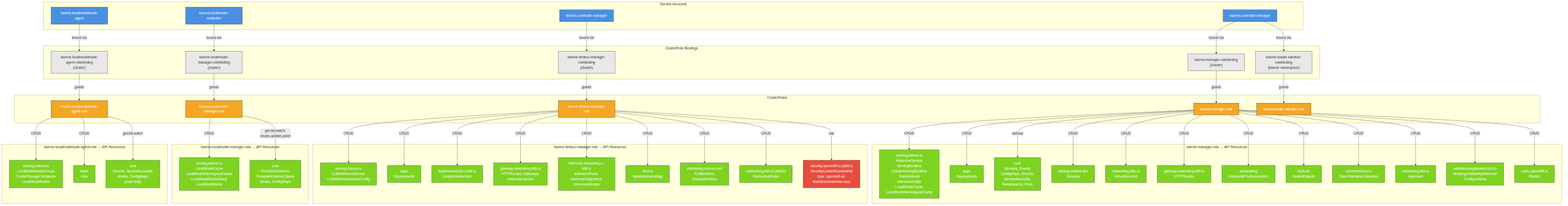
rhuss/architecture-context keeps this Mermaid diagram as architecture/rhoai.next/diagrams/kserve-rbac.png. Above is the earlier version. Its source is kept beside it as architecture/rhoai.next/diagrams/kserve-rbac.mmd. Source of this version:
```mermaid
graph TD
    subgraph ServiceAccounts["Service Accounts"]
        SA_KServe["kserve-controller-manager"]
        SA_LLMISVC["llmisvc-controller-manager"]
        SA_LocalModel["kserve-localmodel-controller"]
        SA_LocalModelNode["kserve-localmodelnode-agent"]
    end

    subgraph ClusterRoleBindings["ClusterRole Bindings"]
        CRB_KServe["kserve-manager-rolebinding<br/>(cluster)"]
        CRB_LLMISVC["kserve-llmisvc-manager-rolebinding<br/>(cluster)"]
        CRB_LocalModel["kserve-localmodel-manager-rolebinding<br/>(cluster)"]
        CRB_LocalModelNode["kserve-localmodelnode-agent-rolebinding<br/>(cluster)"]
        RB_LeaderElection["kserve-leader-election-rolebinding<br/>(kserve namespace)"]
    end

    subgraph ClusterRoles["ClusterRoles"]
        CR_KServe["kserve-manager-role"]
        CR_LLMISVC["kserve-llmisvc-manager-role"]
        CR_LocalModel["kserve-localmodel-manager-role"]
        CR_LocalModelNode["kserve-localmodelnode-agent-role"]
        CR_LeaderElection["kserve-leader-election-role"]
    end

    SA_KServe -->|"bound via"| CRB_KServe
    CRB_KServe -->|"grants"| CR_KServe
    SA_KServe -->|"bound via"| RB_LeaderElection
    RB_LeaderElection -->|"grants"| CR_LeaderElection

    SA_LLMISVC -->|"bound via"| CRB_LLMISVC
    CRB_LLMISVC -->|"grants"| CR_LLMISVC

    SA_LocalModel -->|"bound via"| CRB_LocalModel
    CRB_LocalModel -->|"grants"| CR_LocalModel

    SA_LocalModelNode -->|"bound via"| CRB_LocalModelNode
    CRB_LocalModelNode -->|"grants"| CR_LocalModelNode

    subgraph KServeResources["kserve-manager-role → API Resources"]
        KR_ISVC["serving.kserve.io<br/>InferenceService<br/>ServingRuntime<br/>ClusterServingRuntime<br/>TrainedModel<br/>InferenceGraph<br/>LocalModelCache<br/>LocalModelNamespaceCache"]
        KR_Apps["apps<br/>Deployments"]
        KR_Core["core<br/>Services, Events,<br/>ConfigMaps, Secrets,<br/>ServiceAccounts,<br/>Namespaces, Pods"]
        KR_Knative["serving.knative.dev<br/>Services"]
        KR_Istio["networking.istio.io<br/>VirtualServices"]
        KR_Gateway["gateway.networking.k8s.io<br/>HTTPRoutes"]
        KR_Autoscaling["autoscaling<br/>HorizontalPodAutoscalers"]
        KR_KEDA["keda.sh<br/>ScaledObjects"]
        KR_OTel["opentelemetry.io<br/>OpenTelemetryCollectors"]
        KR_Ingress["networking.k8s.io<br/>Ingresses"]
        KR_Admission["admissionregistration.k8s.io<br/>Mutating/ValidatingWebhook<br/>Configurations"]
        KR_Route["route.openshift.io<br/>Routes"]
    end

    CR_KServe -->|"CRUD"| KR_ISVC
    CR_KServe -->|"CRUD"| KR_Apps
    CR_KServe -->|"various"| KR_Core
    CR_KServe -->|"CRUD"| KR_Knative
    CR_KServe -->|"CRUD"| KR_Istio
    CR_KServe -->|"CRUD"| KR_Gateway
    CR_KServe -->|"CRUD"| KR_Autoscaling
    CR_KServe -->|"CRUD"| KR_KEDA
    CR_KServe -->|"CRUD"| KR_OTel
    CR_KServe -->|"CRUD"| KR_Ingress
    CR_KServe -->|"CRUD"| KR_Admission
    CR_KServe -->|"CRUD"| KR_Route

    subgraph LLMISVCResources["kserve-llmisvc-manager-role → API Resources"]
        LR_LLMISVC["serving.kserve.io<br/>LLMInferenceService<br/>LLMInferenceServiceConfig"]
        LR_Apps["apps<br/>Deployments"]
        LR_LWS["leaderworkerset.x-k8s.io<br/>LeaderWorkerSets"]
        LR_Gateway["gateway.networking.k8s.io<br/>HTTPRoutes, Gateways,<br/>GatewayClasses"]
        LR_InfPool["inference.networking.x-k8s.io<br/>InferencePools,<br/>InferenceObjectives,<br/>InferenceModels"]
        LR_WVA["llmd.ai<br/>VariantAutoscalings"]
        LR_Monitor["monitoring.coreos.com<br/>PodMonitors,<br/>ServiceMonitors"]
        LR_Istio["networking.istio.io (distro)<br/>DestinationRules"]
        LR_SCC["security.openshift.io (distro)<br/>SecurityContextConstraints<br/>(use: openshift-ai-llminferenceservice-scc)"]
    end

    CR_LLMISVC -->|"CRUD"| LR_LLMISVC
    CR_LLMISVC -->|"CRUD"| LR_Apps
    CR_LLMISVC -->|"CRUD"| LR_LWS
    CR_LLMISVC -->|"CRUD"| LR_Gateway
    CR_LLMISVC -->|"CRUD"| LR_InfPool
    CR_LLMISVC -->|"CRUD"| LR_WVA
    CR_LLMISVC -->|"CRUD"| LR_Monitor
    CR_LLMISVC -->|"CRUD"| LR_Istio
    CR_LLMISVC -->|"use"| LR_SCC

    subgraph LocalModelResources["kserve-localmodel-manager-role → API Resources"]
        LMR_KServe["serving.kserve.io<br/>LocalModelCache<br/>LocalModelNamespaceCache<br/>LocalModelNodeGroup<br/>LocalModelNode"]
        LMR_Core["core<br/>PersistentVolumes<br/>PersistentVolumeClaims<br/>Nodes, ConfigMaps"]
    end

    CR_LocalModel -->|"CRUD"| LMR_KServe
    CR_LocalModel -->|"get,list,watch,<br/>create,update,patch"| LMR_Core

    subgraph LocalModelNodeResources["kserve-localmodelnode-agent-role → API Resources"]
        LMNR_KServe["serving.kserve.io<br/>LocalModelNodeGroups<br/>ClusterStorageContainers<br/>LocalModelNodes"]
        LMNR_Batch["batch<br/>Jobs"]
        LMNR_Core["core<br/>Secrets, ServiceAccounts,<br/>Nodes, ConfigMaps<br/>(read-only)"]
    end

    CR_LocalModelNode -->|"CRUD"| LMNR_KServe
    CR_LocalModelNode -->|"CRUD"| LMNR_Batch
    CR_LocalModelNode -->|"get,list,watch"| LMNR_Core

    style SA_KServe fill:#4a90e2,stroke:#333,color:#fff
    style SA_LLMISVC fill:#4a90e2,stroke:#333,color:#fff
    style SA_LocalModel fill:#4a90e2,stroke:#333,color:#fff
    style SA_LocalModelNode fill:#4a90e2,stroke:#333,color:#fff

    style CRB_KServe fill:#e8e8e8,stroke:#333
    style CRB_LLMISVC fill:#e8e8e8,stroke:#333
    style CRB_LocalModel fill:#e8e8e8,stroke:#333
    style CRB_LocalModelNode fill:#e8e8e8,stroke:#333
    style RB_LeaderElection fill:#e8e8e8,stroke:#333

    style CR_KServe fill:#f5a623,stroke:#333,color:#fff
    style CR_LLMISVC fill:#f5a623,stroke:#333,color:#fff
    style CR_LocalModel fill:#f5a623,stroke:#333,color:#fff
    style CR_LocalModelNode fill:#f5a623,stroke:#333,color:#fff
    style CR_LeaderElection fill:#f5a623,stroke:#333,color:#fff

    style KR_ISVC fill:#7ed321,stroke:#333,color:#fff
    style KR_Apps fill:#7ed321,stroke:#333,color:#fff
    style KR_Core fill:#7ed321,stroke:#333,color:#fff
    style KR_Knative fill:#7ed321,stroke:#333,color:#fff
    style KR_Istio fill:#7ed321,stroke:#333,color:#fff
    style KR_Gateway fill:#7ed321,stroke:#333,color:#fff
    style KR_Autoscaling fill:#7ed321,stroke:#333,color:#fff
    style KR_KEDA fill:#7ed321,stroke:#333,color:#fff
    style KR_OTel fill:#7ed321,stroke:#333,color:#fff
    style KR_Ingress fill:#7ed321,stroke:#333,color:#fff
    style KR_Admission fill:#7ed321,stroke:#333,color:#fff
    style KR_Route fill:#7ed321,stroke:#333,color:#fff

    style LR_LLMISVC fill:#7ed321,stroke:#333,color:#fff
    style LR_Apps fill:#7ed321,stroke:#333,color:#fff
    style LR_LWS fill:#7ed321,stroke:#333,color:#fff
    style LR_Gateway fill:#7ed321,stroke:#333,color:#fff
    style LR_InfPool fill:#7ed321,stroke:#333,color:#fff
    style LR_WVA fill:#7ed321,stroke:#333,color:#fff
    style LR_Monitor fill:#7ed321,stroke:#333,color:#fff
    style LR_Istio fill:#7ed321,stroke:#333,color:#fff
    style LR_SCC fill:#e74c3c,stroke:#333,color:#fff

    style LMR_KServe fill:#7ed321,stroke:#333,color:#fff
    style LMR_Core fill:#7ed321,stroke:#333,color:#fff

    style LMNR_KServe fill:#7ed321,stroke:#333,color:#fff
    style LMNR_Batch fill:#7ed321,stroke:#333,color:#fff
    style LMNR_Core fill:#7ed321,stroke:#333,color:#fff
```
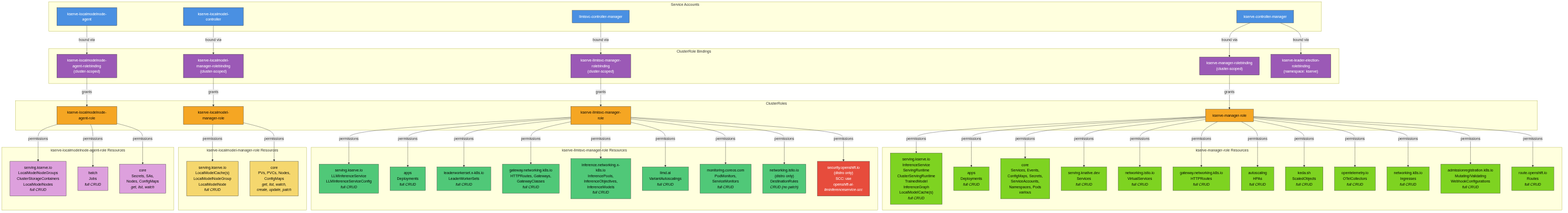
After the commit.

The edit, as a diff of the source:
```diff
@@ -7,11 +7,11 @@
     end
 
     subgraph ClusterRoleBindings["ClusterRole Bindings"]
-        CRB_KServe["kserve-manager-rolebinding<br/>(cluster)"]
-        CRB_LLMISVC["kserve-llmisvc-manager-rolebinding<br/>(cluster)"]
-        CRB_LocalModel["kserve-localmodel-manager-rolebinding<br/>(cluster)"]
-        CRB_LocalModelNode["kserve-localmodelnode-agent-rolebinding<br/>(cluster)"]
-        RB_LeaderElection["kserve-leader-election-rolebinding<br/>(kserve namespace)"]
+        CRB_KServe["kserve-manager-rolebinding<br/>(cluster-scoped)"]
+        CRB_LLMISVC["kserve-llmisvc-manager-rolebinding<br/>(cluster-scoped)"]
+        CRB_LocalModel["kserve-localmodel-manager-rolebinding<br/>(cluster-scoped)"]
+        CRB_LocalModelNode["kserve-localmodelnode-agent-rolebinding<br/>(cluster-scoped)"]
+        CRB_Leader["kserve-leader-election-rolebinding<br/>(namespace: kserve)"]
     end
 
     subgraph ClusterRoles["ClusterRoles"]
@@ -19,134 +19,131 @@
         CR_LLMISVC["kserve-llmisvc-manager-role"]
         CR_LocalModel["kserve-localmodel-manager-role"]
         CR_LocalModelNode["kserve-localmodelnode-agent-role"]
-        CR_LeaderElection["kserve-leader-election-role"]
     end
 
-    SA_KServe -->|"bound via"| CRB_KServe
-    CRB_KServe -->|"grants"| CR_KServe
-    SA_KServe -->|"bound via"| RB_LeaderElection
-    RB_LeaderElection -->|"grants"| CR_LeaderElection
-
-    SA_LLMISVC -->|"bound via"| CRB_LLMISVC
-    CRB_LLMISVC -->|"grants"| CR_LLMISVC
-
-    SA_LocalModel -->|"bound via"| CRB_LocalModel
-    CRB_LocalModel -->|"grants"| CR_LocalModel
-
-    SA_LocalModelNode -->|"bound via"| CRB_LocalModelNode
-    CRB_LocalModelNode -->|"grants"| CR_LocalModelNode
-
-    subgraph KServeResources["kserve-manager-role → API Resources"]
-        KR_ISVC["serving.kserve.io<br/>InferenceService<br/>ServingRuntime<br/>ClusterServingRuntime<br/>TrainedModel<br/>InferenceGraph<br/>LocalModelCache<br/>LocalModelNamespaceCache"]
-        KR_Apps["apps<br/>Deployments"]
-        KR_Core["core<br/>Services, Events,<br/>ConfigMaps, Secrets,<br/>ServiceAccounts,<br/>Namespaces, Pods"]
-        KR_Knative["serving.knative.dev<br/>Services"]
-        KR_Istio["networking.istio.io<br/>VirtualServices"]
-        KR_Gateway["gateway.networking.k8s.io<br/>HTTPRoutes"]
-        KR_Autoscaling["autoscaling<br/>HorizontalPodAutoscalers"]
-        KR_KEDA["keda.sh<br/>ScaledObjects"]
-        KR_OTel["opentelemetry.io<br/>OpenTelemetryCollectors"]
-        KR_Ingress["networking.k8s.io<br/>Ingresses"]
-        KR_Admission["admissionregistration.k8s.io<br/>Mutating/ValidatingWebhook<br/>Configurations"]
-        KR_Route["route.openshift.io<br/>Routes"]
+    subgraph KServeResources["kserve-manager-role Resources"]
+        direction LR
+        KR_ISVC["serving.kserve.io<br/>InferenceService<br/>ServingRuntime<br/>ClusterServingRuntime<br/>TrainedModel<br/>InferenceGraph<br/>LocalModelCache(s)<br/><i>full CRUD</i>"]
+        KR_Apps["apps<br/>Deployments<br/><i>full CRUD</i>"]
+        KR_Core["core<br/>Services, Events,<br/>ConfigMaps, Secrets,<br/>ServiceAccounts,<br/>Namespaces, Pods<br/><i>various</i>"]
+        KR_Knative["serving.knative.dev<br/>Services<br/><i>full CRUD</i>"]
+        KR_Istio["networking.istio.io<br/>VirtualServices<br/><i>full CRUD</i>"]
+        KR_Gateway["gateway.networking.k8s.io<br/>HTTPRoutes<br/><i>full CRUD</i>"]
+        KR_Autoscaling["autoscaling<br/>HPAs<br/><i>full CRUD</i>"]
+        KR_KEDA["keda.sh<br/>ScaledObjects<br/><i>full CRUD</i>"]
+        KR_OTel["opentelemetry.io<br/>OTelCollectors<br/><i>full CRUD</i>"]
+        KR_Ingress["networking.k8s.io<br/>Ingresses<br/><i>full CRUD</i>"]
+        KR_Admission["admissionregistration.k8s.io<br/>Mutating/Validating<br/>WebhookConfigurations<br/><i>full CRUD</i>"]
+        KR_Route["route.openshift.io<br/>Routes<br/><i>full CRUD</i>"]
     end
 
-    CR_KServe -->|"CRUD"| KR_ISVC
-    CR_KServe -->|"CRUD"| KR_Apps
-    CR_KServe -->|"various"| KR_Core
-    CR_KServe -->|"CRUD"| KR_Knative
-    CR_KServe -->|"CRUD"| KR_Istio
-    CR_KServe -->|"CRUD"| KR_Gateway
-    CR_KServe -->|"CRUD"| KR_Autoscaling
-    CR_KServe -->|"CRUD"| KR_KEDA
-    CR_KServe -->|"CRUD"| KR_OTel
-    CR_KServe -->|"CRUD"| KR_Ingress
-    CR_KServe -->|"CRUD"| KR_Admission
-    CR_KServe -->|"CRUD"| KR_Route
-
-    subgraph LLMISVCResources["kserve-llmisvc-manager-role → API Resources"]
-        LR_LLMISVC["serving.kserve.io<br/>LLMInferenceService<br/>LLMInferenceServiceConfig"]
-        LR_Apps["apps<br/>Deployments"]
-        LR_LWS["leaderworkerset.x-k8s.io<br/>LeaderWorkerSets"]
-        LR_Gateway["gateway.networking.k8s.io<br/>HTTPRoutes, Gateways,<br/>GatewayClasses"]
-        LR_InfPool["inference.networking.x-k8s.io<br/>InferencePools,<br/>InferenceObjectives,<br/>InferenceModels"]
-        LR_WVA["llmd.ai<br/>VariantAutoscalings"]
-        LR_Monitor["monitoring.coreos.com<br/>PodMonitors,<br/>ServiceMonitors"]
-        LR_Istio["networking.istio.io (distro)<br/>DestinationRules"]
-        LR_SCC["security.openshift.io (distro)<br/>SecurityContextConstraints<br/>(use: openshift-ai-llminferenceservice-scc)"]
+    subgraph LLMISVCResources["kserve-llmisvc-manager-role Resources"]
+        direction LR
+        LR_LLMISVC["serving.kserve.io<br/>LLMInferenceService<br/>LLMInferenceServiceConfig<br/><i>full CRUD</i>"]
+        LR_Apps["apps<br/>Deployments<br/><i>full CRUD</i>"]
+        LR_LWS["leaderworkerset.x-k8s.io<br/>LeaderWorkerSets<br/><i>full CRUD</i>"]
+        LR_Gateway["gateway.networking.k8s.io<br/>HTTPRoutes, Gateways,<br/>GatewayClasses<br/><i>full CRUD</i>"]
+        LR_Inference["inference.networking.x-k8s.io<br/>InferencePools,<br/>InferenceObjectives,<br/>InferenceModels<br/><i>full CRUD</i>"]
+        LR_WVA["llmd.ai<br/>VariantAutoscalings<br/><i>full CRUD</i>"]
+        LR_Monitoring["monitoring.coreos.com<br/>PodMonitors,<br/>ServiceMonitors<br/><i>full CRUD</i>"]
+        LR_Istio["networking.istio.io<br/>(distro only)<br/>DestinationRules<br/><i>CRUD (no patch)</i>"]
+        LR_SCC["security.openshift.io<br/>(distro only)<br/>SCC: use<br/><i>openshift-ai-<br/>llminferenceservice-scc</i>"]
     end
 
-    CR_LLMISVC -->|"CRUD"| LR_LLMISVC
-    CR_LLMISVC -->|"CRUD"| LR_Apps
-    CR_LLMISVC -->|"CRUD"| LR_LWS
-    CR_LLMISVC -->|"CRUD"| LR_Gateway
-    CR_LLMISVC -->|"CRUD"| LR_InfPool
-    CR_LLMISVC -->|"CRUD"| LR_WVA
-    CR_LLMISVC -->|"CRUD"| LR_Monitor
-    CR_LLMISVC -->|"CRUD"| LR_Istio
-    CR_LLMISVC -->|"use"| LR_SCC
-
-    subgraph LocalModelResources["kserve-localmodel-manager-role → API Resources"]
-        LMR_KServe["serving.kserve.io<br/>LocalModelCache<br/>LocalModelNamespaceCache<br/>LocalModelNodeGroup<br/>LocalModelNode"]
-        LMR_Core["core<br/>PersistentVolumes<br/>PersistentVolumeClaims<br/>Nodes, ConfigMaps"]
+    subgraph LocalModelResources["kserve-localmodel-manager-role Resources"]
+        direction LR
+        LMR_KServe["serving.kserve.io<br/>LocalModelCache(s)<br/>LocalModelNodeGroup<br/>LocalModelNode<br/><i>full CRUD</i>"]
+        LMR_Core["core<br/>PVs, PVCs, Nodes,<br/>ConfigMaps<br/><i>get, list, watch,<br/>create, update, patch</i>"]
     end
 
-    CR_LocalModel -->|"CRUD"| LMR_KServe
-    CR_LocalModel -->|"get,list,watch,<br/>create,update,patch"| LMR_Core
-
-    subgraph LocalModelNodeResources["kserve-localmodelnode-agent-role → API Resources"]
-        LMNR_KServe["serving.kserve.io<br/>LocalModelNodeGroups<br/>ClusterStorageContainers<br/>LocalModelNodes"]
-        LMNR_Batch["batch<br/>Jobs"]
-        LMNR_Core["core<br/>Secrets, ServiceAccounts,<br/>Nodes, ConfigMaps<br/>(read-only)"]
+    subgraph LocalModelNodeResources["kserve-localmodelnode-agent-role Resources"]
+        direction LR
+        LMNR_KServe["serving.kserve.io<br/>LocalModelNodeGroups<br/>ClusterStorageContainers<br/>LocalModelNodes<br/><i>full CRUD</i>"]
+        LMNR_Batch["batch<br/>Jobs<br/><i>full CRUD</i>"]
+        LMNR_Core["core<br/>Secrets, SAs,<br/>Nodes, ConfigMaps<br/><i>get, list, watch</i>"]
     end
 
-    CR_LocalModelNode -->|"CRUD"| LMNR_KServe
-    CR_LocalModelNode -->|"CRUD"| LMNR_Batch
-    CR_LocalModelNode -->|"get,list,watch"| LMNR_Core
+    SA_KServe -->|bound via| CRB_KServe
+    SA_KServe -->|bound via| CRB_Leader
+    CRB_KServe -->|grants| CR_KServe
+    CR_KServe -->|permissions| KR_ISVC
+    CR_KServe -->|permissions| KR_Apps
+    CR_KServe -->|permissions| KR_Core
+    CR_KServe -->|permissions| KR_Knative
+    CR_KServe -->|permissions| KR_Istio
+    CR_KServe -->|permissions| KR_Gateway
+    CR_KServe -->|permissions| KR_Autoscaling
+    CR_KServe -->|permissions| KR_KEDA
+    CR_KServe -->|permissions| KR_OTel
+    CR_KServe -->|permissions| KR_Ingress
+    CR_KServe -->|permissions| KR_Admission
+    CR_KServe -->|permissions| KR_Route
+
+    SA_LLMISVC -->|bound via| CRB_LLMISVC
+    CRB_LLMISVC -->|grants| CR_LLMISVC
+    CR_LLMISVC -->|permissions| LR_LLMISVC
+    CR_LLMISVC -->|permissions| LR_Apps
+    CR_LLMISVC -->|permissions| LR_LWS
+    CR_LLMISVC -->|permissions| LR_Gateway
+    CR_LLMISVC -->|permissions| LR_Inference
+    CR_LLMISVC -->|permissions| LR_WVA
+    CR_LLMISVC -->|permissions| LR_Monitoring
+    CR_LLMISVC -->|permissions| LR_Istio
+    CR_LLMISVC -->|permissions| LR_SCC
+
+    SA_LocalModel -->|bound via| CRB_LocalModel
+    CRB_LocalModel -->|grants| CR_LocalModel
+    CR_LocalModel -->|permissions| LMR_KServe
+    CR_LocalModel -->|permissions| LMR_Core
+
+    SA_LocalModelNode -->|bound via| CRB_LocalModelNode
+    CRB_LocalModelNode -->|grants| CR_LocalModelNode
+    CR_LocalModelNode -->|permissions| LMNR_KServe
+    CR_LocalModelNode -->|permissions| LMNR_Batch
+    CR_LocalModelNode -->|permissions| LMNR_Core
 
     style SA_KServe fill:#4a90e2,stroke:#333,color:#fff
     style SA_LLMISVC fill:#4a90e2,stroke:#333,color:#fff
     style SA_LocalModel fill:#4a90e2,stroke:#333,color:#fff
     style SA_LocalModelNode fill:#4a90e2,stroke:#333,color:#fff
 
-    style CRB_KServe fill:#e8e8e8,stroke:#333
-    style CRB_LLMISVC fill:#e8e8e8,stroke:#333
-    style CRB_LocalModel fill:#e8e8e8,stroke:#333
-    style CRB_LocalModelNode fill:#e8e8e8,stroke:#333
-    style RB_LeaderElection fill:#e8e8e8,stroke:#333
+    style CRB_KServe fill:#9b59b6,stroke:#333,color:#fff
+    style CRB_LLMISVC fill:#9b59b6,stroke:#333,color:#fff
+    style CRB_LocalModel fill:#9b59b6,stroke:#333,color:#fff
+    style CRB_LocalModelNode fill:#9b59b6,stroke:#333,color:#fff
+    style CRB_Leader fill:#9b59b6,stroke:#333,color:#fff
 
-    style CR_KServe fill:#f5a623,stroke:#333,color:#fff
-    style CR_LLMISVC fill:#f5a623,stroke:#333,color:#fff
-    style CR_LocalModel fill:#f5a623,stroke:#333,color:#fff
-    style CR_LocalModelNode fill:#f5a623,stroke:#333,color:#fff
-    style CR_LeaderElection fill:#f5a623,stroke:#333,color:#fff
+    style CR_KServe fill:#f5a623,stroke:#333,color:#000
+    style CR_LLMISVC fill:#f5a623,stroke:#333,color:#000
+    style CR_LocalModel fill:#f5a623,stroke:#333,color:#000
+    style CR_LocalModelNode fill:#f5a623,stroke:#333,color:#000
 
-    style KR_ISVC fill:#7ed321,stroke:#333,color:#fff
-    style KR_Apps fill:#7ed321,stroke:#333,color:#fff
-    style KR_Core fill:#7ed321,stroke:#333,color:#fff
-    style KR_Knative fill:#7ed321,stroke:#333,color:#fff
-    style KR_Istio fill:#7ed321,stroke:#333,color:#fff
-    style KR_Gateway fill:#7ed321,stroke:#333,color:#fff
-    style KR_Autoscaling fill:#7ed321,stroke:#333,color:#fff
-    style KR_KEDA fill:#7ed321,stroke:#333,color:#fff
-    style KR_OTel fill:#7ed321,stroke:#333,color:#fff
-    style KR_Ingress fill:#7ed321,stroke:#333,color:#fff
-    style KR_Admission fill:#7ed321,stroke:#333,color:#fff
-    style KR_Route fill:#7ed321,stroke:#333,color:#fff
+    style KR_ISVC fill:#7ed321,stroke:#333,color:#000
+    style KR_Apps fill:#7ed321,stroke:#333,color:#000
+    style KR_Core fill:#7ed321,stroke:#333,color:#000
+    style KR_Knative fill:#7ed321,stroke:#333,color:#000
+    style KR_Istio fill:#7ed321,stroke:#333,color:#000
+    style KR_Gateway fill:#7ed321,stroke:#333,color:#000
+    style KR_Autoscaling fill:#7ed321,stroke:#333,color:#000
+    style KR_KEDA fill:#7ed321,stroke:#333,color:#000
+    style KR_OTel fill:#7ed321,stroke:#333,color:#000
+    style KR_Ingress fill:#7ed321,stroke:#333,color:#000
+    style KR_Admission fill:#7ed321,stroke:#333,color:#000
+    style KR_Route fill:#7ed321,stroke:#333,color:#000
 
-    style LR_LLMISVC fill:#7ed321,stroke:#333,color:#fff
-    style LR_Apps fill:#7ed321,stroke:#333,color:#fff
-    style LR_LWS fill:#7ed321,stroke:#333,color:#fff
-    style LR_Gateway fill:#7ed321,stroke:#333,color:#fff
-    style LR_InfPool fill:#7ed321,stroke:#333,color:#fff
-    style LR_WVA fill:#7ed321,stroke:#333,color:#fff
-    style LR_Monitor fill:#7ed321,stroke:#333,color:#fff
-    style LR_Istio fill:#7ed321,stroke:#333,color:#fff
+    style LR_LLMISVC fill:#50c878,stroke:#333,color:#000
+    style LR_Apps fill:#50c878,stroke:#333,color:#000
+    style LR_LWS fill:#50c878,stroke:#333,color:#000
+    style LR_Gateway fill:#50c878,stroke:#333,color:#000
+    style LR_Inference fill:#50c878,stroke:#333,color:#000
+    style LR_WVA fill:#50c878,stroke:#333,color:#000
+    style LR_Monitoring fill:#50c878,stroke:#333,color:#000
+    style LR_Istio fill:#50c878,stroke:#333,color:#000
     style LR_SCC fill:#e74c3c,stroke:#333,color:#fff
 
-    style LMR_KServe fill:#7ed321,stroke:#333,color:#fff
-    style LMR_Core fill:#7ed321,stroke:#333,color:#fff
+    style LMR_KServe fill:#f5d76e,stroke:#333,color:#000
+    style LMR_Core fill:#f5d76e,stroke:#333,color:#000
 
-    style LMNR_KServe fill:#7ed321,stroke:#333,color:#fff
-    style LMNR_Batch fill:#7ed321,stroke:#333,color:#fff
-    style LMNR_Core fill:#7ed321,stroke:#333,color:#fff
+    style LMNR_KServe fill:#dda0dd,stroke:#333,color:#000
+    style LMNR_Batch fill:#dda0dd,stroke:#333,color:#000
+    style LMNR_Core fill:#dda0dd,stroke:#333,color:#000
```
